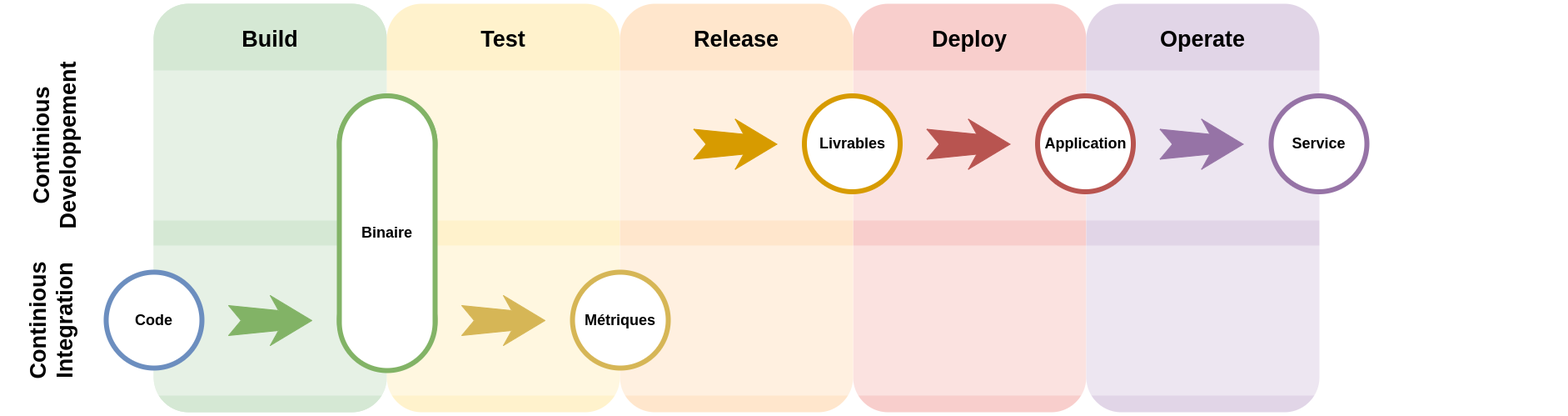
arcanneero/cicd-divorce-slides keeps this draw.io diagram as prez/story/images/cicd-cicd.png. Above is the earlier version. Source tidied: cells renumbered, new cells last; positions are measured from the earlier drawing's top-left corner, leaving out a move shared by most shapes.
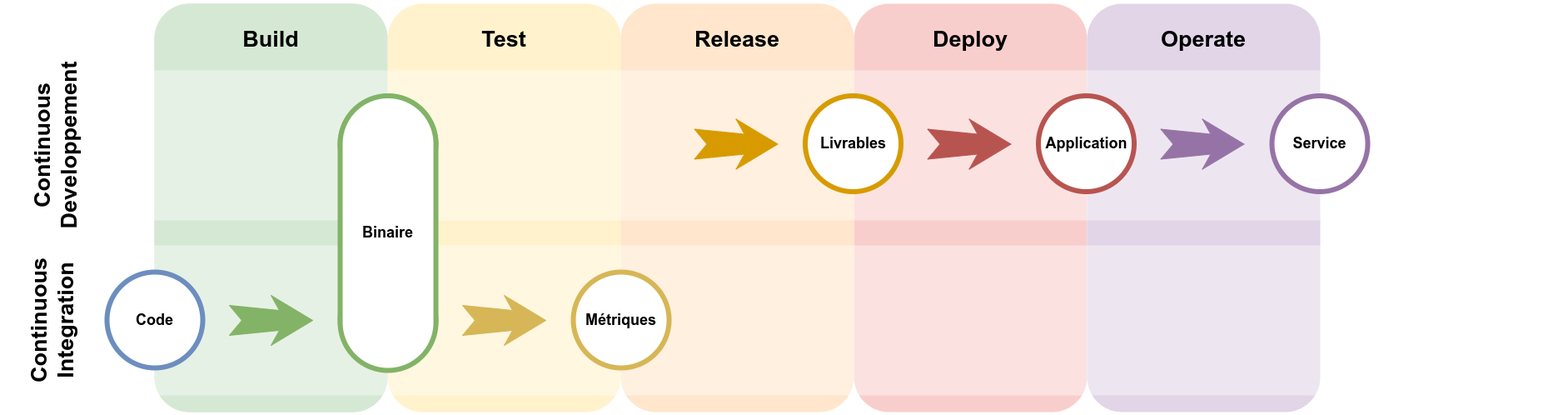
Above is the later version.

What changed in the source:
```diff
@@ -30,7 +30,7 @@
       <mxGeometry x="4" y="80" width="1871" height="180" as="geometry" />
     </mxCell>
     <mxCell id="13" value="integration" parent="0" />
-    <mxCell id="14" value="Continious Integration" style="rounded=1;whiteSpace=wrap;html=1;fontSize=27;shadow=0;fontStyle=1;verticalAlign=top;strokeWidth=8;spacingTop=20;horizontal=0;strokeColor=none;opacity=40;fillColor=none;" parent="13" vertex="1">
+    <mxCell id="14" value="Continuous Integration" style="rounded=1;whiteSpace=wrap;html=1;fontSize=27;shadow=0;fontStyle=1;verticalAlign=top;strokeWidth=8;spacingTop=20;horizontal=0;strokeColor=none;opacity=40;fillColor=none;" parent="13" vertex="1">
       <mxGeometry y="290" width="1871" height="180" as="geometry" />
     </mxCell>
     <mxCell id="15" value="Code" style="ellipse;whiteSpace=wrap;html=1;rounded=0;shadow=0;strokeWidth=6;fontSize=18;align=center;fillColor=#ffffff;strokeColor=#6c8ebf;fontStyle=1;" parent="13" vertex="1">
@@ -49,7 +49,7 @@
       <mxGeometry x="684" y="322" width="115" height="115" as="geometry" />
     </mxCell>
     <mxCell id="20" value="rencontre" parent="0" />
-    <mxCell id="21" value="Continious Developpement&lt;span style=&quot;font-family: &amp;#34;helvetica&amp;#34; , &amp;#34;arial&amp;#34; , sans-serif ; font-size: 0px ; font-weight: 400 ; white-space: nowrap ; background-color: rgb(248 , 249 , 250)&quot;&gt;&lt;br&gt;&lt;/span&gt;" style="rounded=1;whiteSpace=wrap;html=1;fontSize=27;shadow=0;fontStyle=1;verticalAlign=top;strokeWidth=8;spacingTop=20;horizontal=0;strokeColor=none;opacity=40;fillColor=none;" parent="20" vertex="1">
+    <mxCell id="21" value="Continuous Developpement&lt;span style=&quot;font-family: &amp;#34;helvetica&amp;#34; , &amp;#34;arial&amp;#34; , sans-serif ; font-size: 0px ; font-weight: 400 ; white-space: nowrap ; background-color: rgb(248 , 249 , 250)&quot;&gt;&lt;br&gt;&lt;/span&gt;" style="rounded=1;whiteSpace=wrap;html=1;fontSize=27;shadow=0;fontStyle=1;verticalAlign=top;strokeWidth=8;spacingTop=20;horizontal=0;strokeColor=none;opacity=40;fillColor=none;" parent="20" vertex="1">
       <mxGeometry x="4" y="80" width="1871" height="180" as="geometry" />
     </mxCell>
     <mxCell id="22" style="html=1;shadow=0;dashed=0;align=center;verticalAlign=middle;shape=mxgraph.arrows2.stylisedArrow;dy=0.6;dx=40;notch=15;feather=0.4;rounded=0;strokeWidth=1;fontSize=27;strokeColor=#d79b00;fillColor=#D79B00;" parent="20" vertex="1">
```
